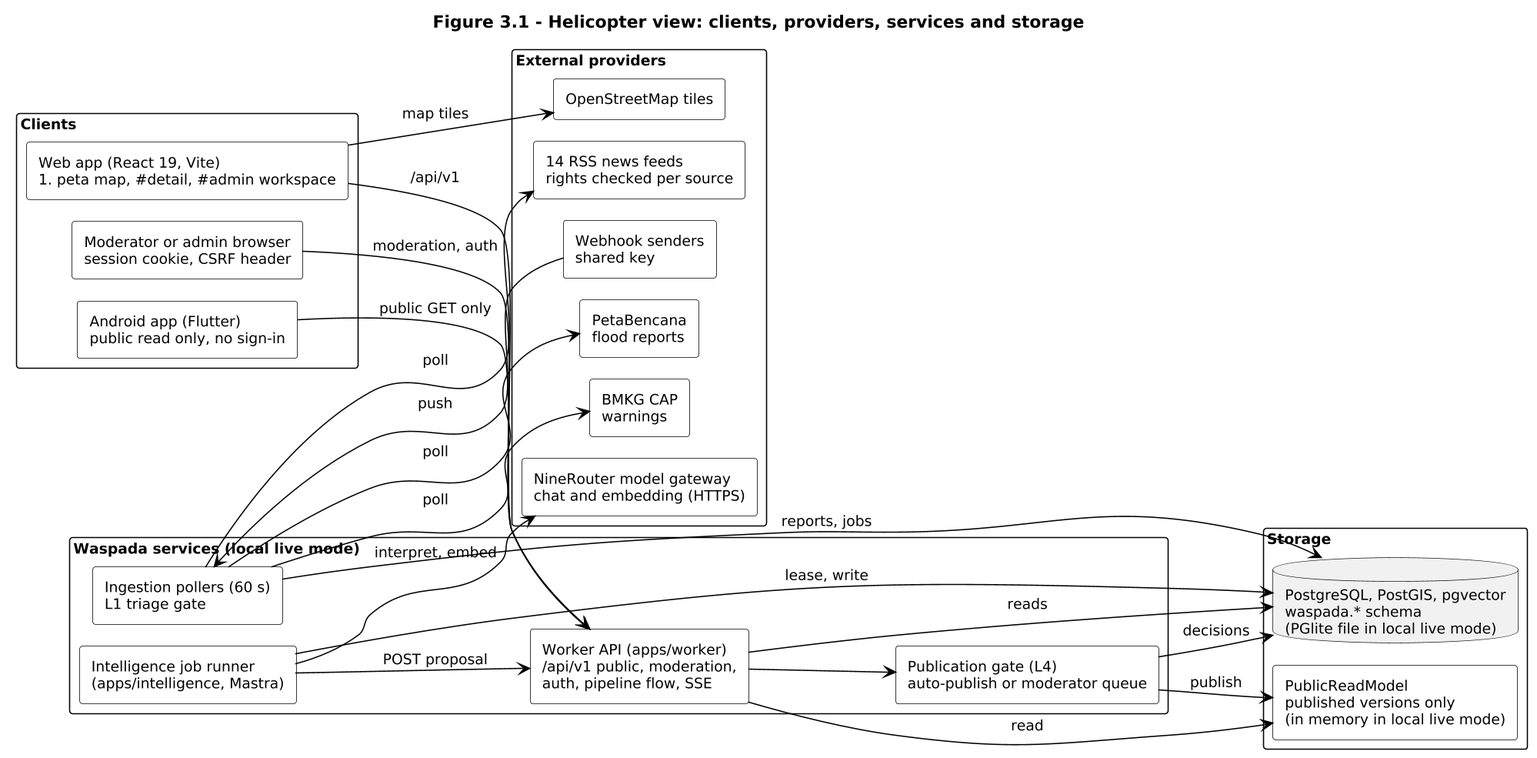
Before: docs/report/diagrams/rendered/fig-3-1-helicopter-view.png, a diagram exported from PlantUML (Asassinoooo/Waspada-Jakarta).
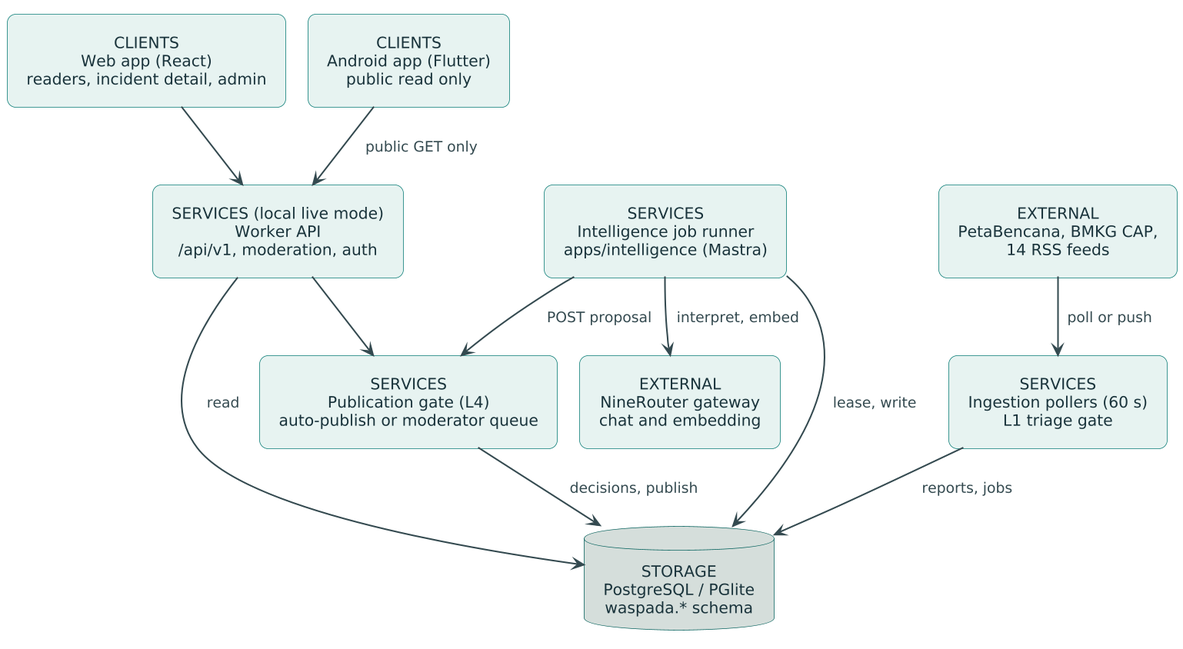
Later version of the same file.

What changed in the source:
```diff
@@ -1,65 +1,25 @@
 @startuml fig-3-1-helicopter-view
-!pragma layout smetana
-skinparam dpi 150
-skinparam monochrome true
-skinparam shadowing false
-skinparam defaultFontName Arial
-skinparam defaultFontSize 12
-skinparam packageStyle rectangle
-skinparam rectangle {
-  BackgroundColor white
-  BorderColor black
-}
-skinparam ArrowColor black
-skinparam packageTitleAlignment left
+!include theme/waspada-report.theme.puml
+top to bottom direction
 
-title Figure 3.1 - Helicopter view: clients, providers, services and storage
+rectangle "CLIENTS\nWeb app (React)\nreaders, incident detail, admin" as WEB
+rectangle "CLIENTS\nAndroid app (Flutter)\npublic read only" as APP
+rectangle "SERVICES (local live mode)\nWorker API\n/api/v1, moderation, auth" as API
+rectangle "SERVICES\nIntelligence job runner\napps/intelligence (Mastra)" as JOB
+rectangle "SERVICES\nIngestion pollers (60 s)\nL1 triage gate" as ING
+rectangle "SERVICES\nPublication gate (L4)\nauto-publish or moderator queue" as GATE
+rectangle "EXTERNAL\nPetaBencana, BMKG CAP,\n14 RSS feeds" as SRC
+rectangle "EXTERNAL\nNineRouter gateway\nchat and embedding" as NR
+database "STORAGE\nPostgreSQL / PGlite\nwaspada.* schema" as DB
 
-left to right direction
-
-package "Clients" as CL {
-  rectangle "Web app (React 19, Vite)\n#peta map, #detail, #admin workspace" as WEB
-  rectangle "Android app (Flutter)\npublic read only, no sign-in" as APP
-  rectangle "Moderator or admin browser\nsession cookie, CSRF header" as MOD
-}
-
-package "Waspada services (local live mode)" as SV {
-  rectangle "Worker API (apps/worker)\n/api/v1 public, moderation,\nauth, pipeline flow, SSE" as API
-  rectangle "Ingestion pollers (60 s)\nL1 triage gate" as ING
-  rectangle "Intelligence job runner\n(apps/intelligence, Mastra)" as JOB
-  rectangle "Publication gate (L4)\nauto-publish or moderator queue" as GATE
-}
-
-package "Storage" as ST {
-  database "PostgreSQL, PostGIS, pgvector\nwaspada.* schema\n(PGlite file in local live mode)" as DB
-  rectangle "PublicReadModel\npublished versions only\n(in memory in local live mode)" as PRM
-}
-
-package "External providers" as EXT {
-  rectangle "PetaBencana\nflood reports" as PB
-  rectangle "BMKG CAP\nwarnings" as BMKG
-  rectangle "14 RSS news feeds\nrights checked per source" as RSS
-  rectangle "Webhook senders\nshared key" as HOOK
-  rectangle "NineRouter model gateway\nchat and embedding (HTTPS)" as NR
-  rectangle "OpenStreetMap tiles" as OSM
-}
-
-WEB --> API : /api/v1
+WEB --> API
 APP --> API : public GET only
-MOD --> API : moderation, auth
-WEB --> OSM : map tiles
 API --> GATE
-GATE --> PRM : publish
-API --> PRM : read
-ING --> PB : poll
-ING --> BMKG : poll
-ING --> RSS : poll
-HOOK --> ING : push
+JOB --> GATE : POST proposal
+SRC --> ING : poll or push
 ING --> DB : reports, jobs
+JOB --> NR : interpret, embed
 JOB --> DB : lease, write
-JOB --> NR : interpret, embed
-JOB --> API : POST proposal
-API --> DB : reads
-GATE --> DB : decisions
-
+GATE --> DB : decisions, publish
+API --> DB : read
 @enduml
```
